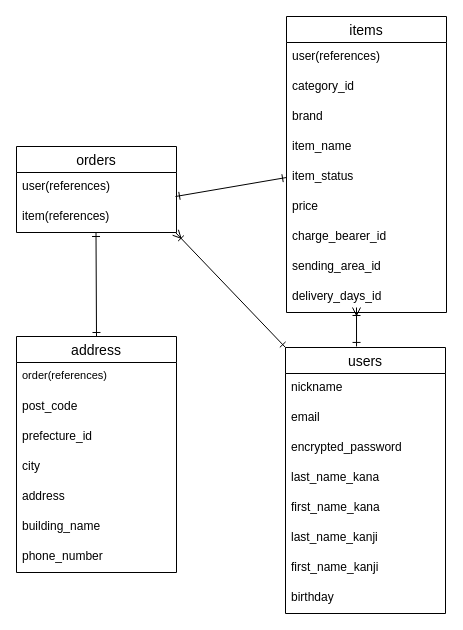
Earlier version of the draw.io diagram er.dio (yahobaby/furima-38184). Source tidied: cells renumbered, new cells numbered last; positions are measured from the earlier drawing's top-left corner, leaving out a move shared by most shapes. Both pictures are drawn from the tidied source at 100%, with x=0, y=0 at pixel (16, 16).
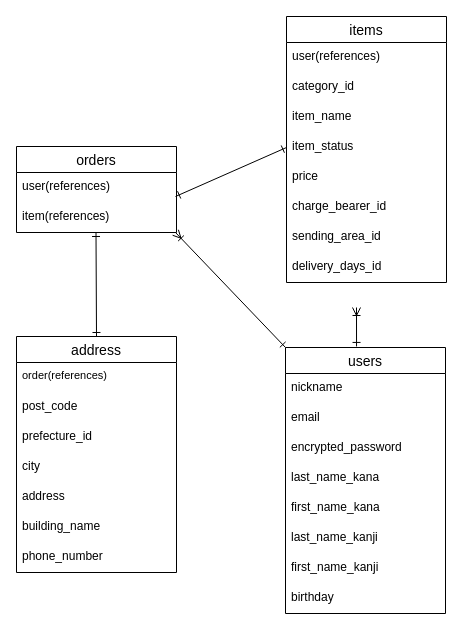
The same page after the edit.

Commit message (it also covers changes not shown here):
ER図README/6thCommit

The edit, as a diff of the source:
```diff
@@
     <mxCell id="2" value="items" style="swimlane;fontStyle=0;horizontal=1;startSize=26;align=center;fontSize=14;" parent="1" vertex="1">
-      <mxGeometry x="270" width="160" height="296" as="geometry" />
+      <mxGeometry x="270" width="160" height="266" as="geometry" />
     </mxCell>
@@
-    <mxCell id="5" value="brand" style="text;strokeColor=none;fillColor=none;spacingLeft=4;spacingRight=4;overflow=hidden;fontSize=12;" parent="2" vertex="1">
-      <mxGeometry y="86" width="160" height="30" as="geometry" />
-    </mxCell>
     <mxCell id="6" value="item_name" style="text;strokeColor=none;fillColor=none;spacingLeft=4;spacingRight=4;overflow=hidden;fontSize=12;" parent="2" vertex="1">
-      <mxGeometry y="116" width="160" height="30" as="geometry" />
+      <mxGeometry y="86" width="160" height="30" as="geometry" />
     </mxCell>
     <mxCell id="7" value="item_status" style="text;strokeColor=none;fillColor=none;spacingLeft=4;spacingRight=4;overflow=hidden;points=[[0,0.5],[1,0.5]];portConstraint=eastwest;fontSize=12;" parent="2" vertex="1">
-      <mxGeometry y="146" width="160" height="30" as="geometry" />
+      <mxGeometry y="116" width="160" height="30" as="geometry" />
     </mxCell>
     <mxCell id="8" value="price" style="text;strokeColor=none;fillColor=none;spacingLeft=4;spacingRight=4;overflow=hidden;fontSize=12;" parent="2" vertex="1">
-      <mxGeometry y="176" width="160" height="30" as="geometry" />
+      <mxGeometry y="146" width="160" height="30" as="geometry" />
     </mxCell>
     <mxCell id="9" value="charge_bearer_id" style="text;strokeColor=none;fillColor=none;spacingLeft=4;spacingRight=4;overflow=hidden;fontSize=12;" parent="2" vertex="1">
-      <mxGeometry y="206" width="160" height="30" as="geometry" />
+      <mxGeometry y="176" width="160" height="30" as="geometry" />
     </mxCell>
     <mxCell id="10" value="sending_area_id" style="text;strokeColor=none;fillColor=none;spacingLeft=4;spacingRight=4;overflow=hidden;fontSize=12;" parent="2" vertex="1">
-      <mxGeometry y="236" width="160" height="30" as="geometry" />
+      <mxGeometry y="206" width="160" height="30" as="geometry" />
     </mxCell>
@@
     <mxCell id="12" value="delivery_days_id" style="text;strokeColor=none;fillColor=none;spacingLeft=4;spacingRight=4;overflow=hidden;fontSize=12;" parent="2" vertex="1">
-      <mxGeometry y="266" width="160" height="30" as="geometry" />
+      <mxGeometry y="236" width="160" height="30" as="geometry" />
     </mxCell>
```
